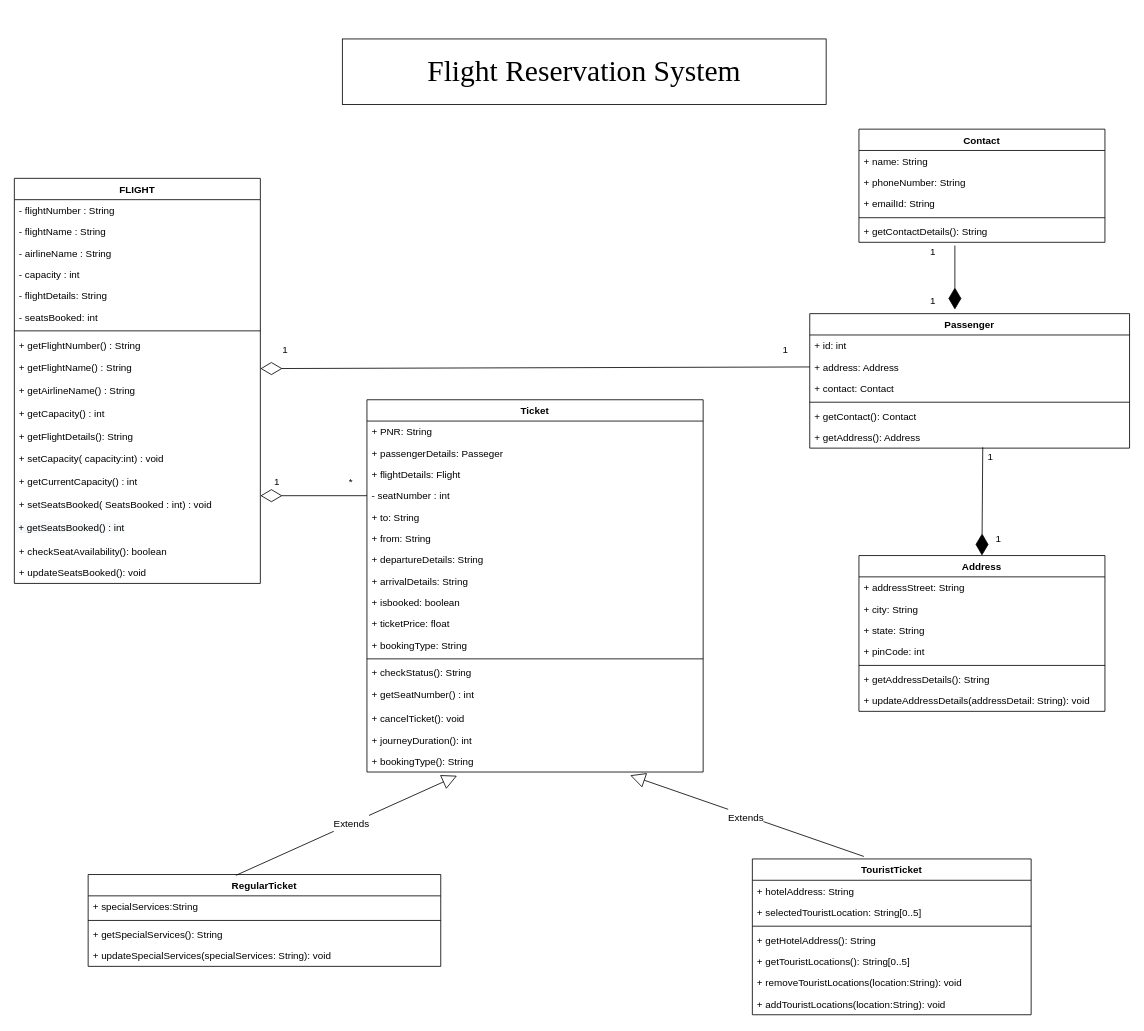
Rithvik-d/Flight-Reservation-System keeps this draw.io diagram as Flight Reservation System.drawio. Above is the earlier version. Source tidied: cells renumbered, new cells numbered last; positions are measured from the earlier drawing's top-left corner, leaving out a move shared by most shapes. Both pictures are drawn from the tidied source at 82%, with x=0, y=0 at pixel (14, 14).
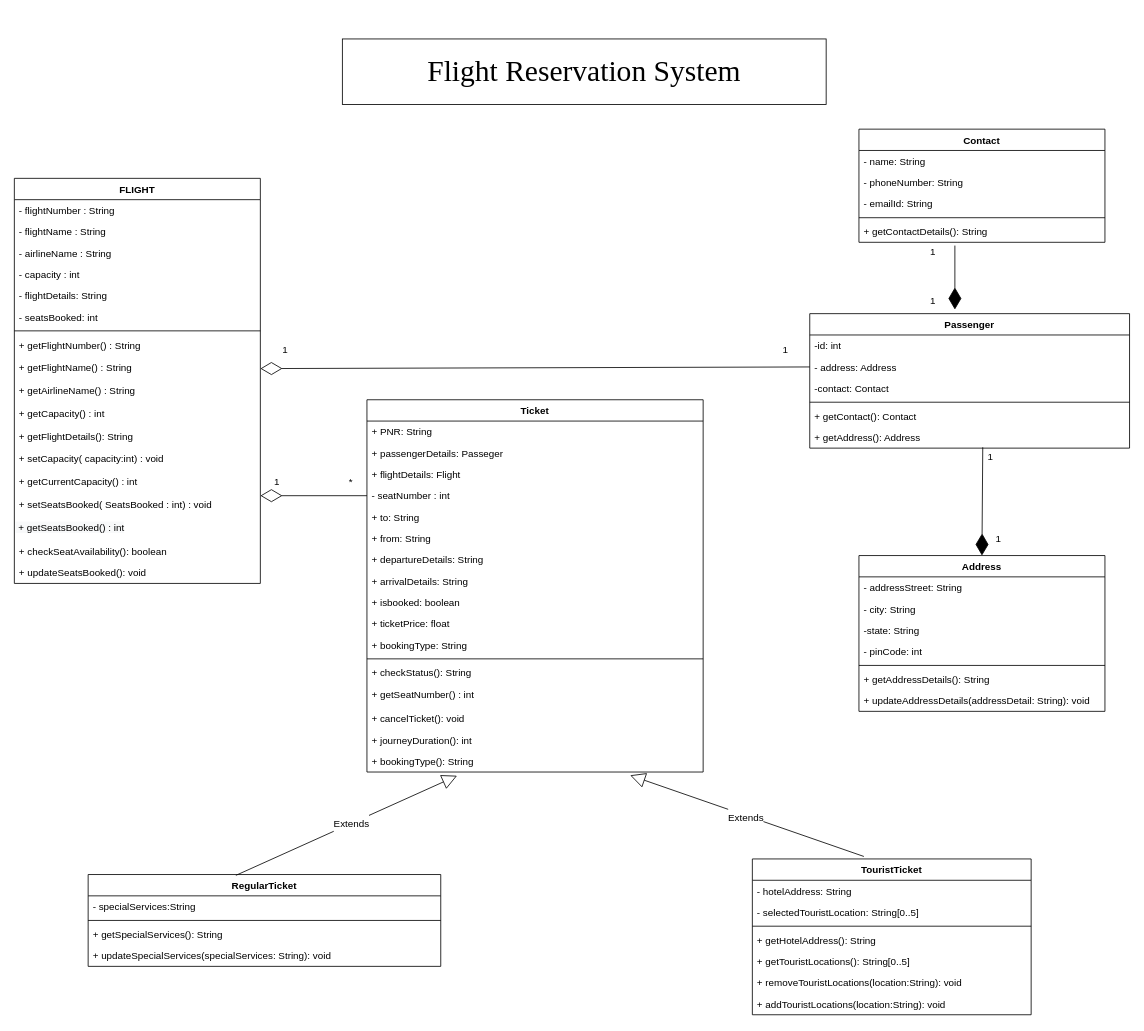
The same diagram, later.

Unchanged cells that the change refers to:
```xml
<mxCell id="20" value="TouristTicket" style="swimlane;fontStyle=1;align=center;verticalAlign=top;horizontal=1;startSize=26;" parent="1" vertex="1">
  <mxGeometry x="900" y="1030" width="340" height="190" as="geometry" />
</mxCell>
<mxCell id="47" value="RegularTicket" style="swimlane;fontStyle=1;align=center;verticalAlign=top;horizontal=1;startSize=26;" parent="1" vertex="1">
  <mxGeometry x="90" y="1049" width="430" height="112" as="geometry" />
</mxCell>
<mxCell id="52" value="Contact" style="swimlane;fontStyle=1;align=center;verticalAlign=top;horizontal=1;startSize=26;" parent="1" vertex="1">
  <mxGeometry x="1030" y="140" width="300" height="138" as="geometry" />
</mxCell>
<mxCell id="58" value="Passenger" style="swimlane;fontStyle=1;align=center;verticalAlign=top;horizontal=1;startSize=26;" parent="1" vertex="1">
  <mxGeometry x="970" y="365" width="390" height="164" as="geometry" />
</mxCell>
<mxCell id="65" value="Address" style="swimlane;fontStyle=1;align=center;verticalAlign=top;horizontal=1;startSize=26;" parent="1" vertex="1">
  <mxGeometry x="1030" y="660" width="300" height="190" as="geometry" />
</mxCell>
```

What changed in the source:
```diff
@@
-    <mxCell id="21" value="+ hotelAddress: String" style="text;strokeColor=none;fillColor=none;align=left;verticalAlign=top;spacingLeft=4;spacingRight=4;overflow=hidden;" parent="20" vertex="1">
+    <mxCell id="21" value="- hotelAddress: String" style="text;strokeColor=none;fillColor=none;align=left;verticalAlign=top;spacingLeft=4;spacingRight=4;overflow=hidden;" parent="20" vertex="1">
       <mxGeometry y="26" width="340" height="26" as="geometry" />
     </mxCell>
-    <mxCell id="22" value="+ selectedTouristLocation: String[0..5]" style="text;strokeColor=none;fillColor=none;align=left;verticalAlign=top;spacingLeft=4;spacingRight=4;overflow=hidden;" parent="20" vertex="1">
+    <mxCell id="22" value="- selectedTouristLocation: String[0..5]" style="text;strokeColor=none;fillColor=none;align=left;verticalAlign=top;spacingLeft=4;spacingRight=4;overflow=hidden;" parent="20" vertex="1">
       <mxGeometry y="52" width="340" height="26" as="geometry" />
     </mxCell>
@@
-    <mxCell id="48" value="+ specialServices:String " style="text;strokeColor=none;fillColor=none;align=left;verticalAlign=top;spacingLeft=4;spacingRight=4;overflow=hidden;" parent="47" vertex="1">
+    <mxCell id="48" value="- specialServices:String " style="text;strokeColor=none;fillColor=none;align=left;verticalAlign=top;spacingLeft=4;spacingRight=4;overflow=hidden;" parent="47" vertex="1">
       <mxGeometry y="26" width="430" height="26" as="geometry" />
     </mxCell>
@@
-    <mxCell id="53" value="+ name: String" style="text;strokeColor=none;fillColor=none;align=left;verticalAlign=top;spacingLeft=4;spacingRight=4;overflow=hidden;" parent="52" vertex="1">
+    <mxCell id="53" value="- name: String            " style="text;strokeColor=none;fillColor=none;align=left;verticalAlign=top;spacingLeft=4;spacingRight=4;overflow=hidden;" parent="52" vertex="1">
       <mxGeometry y="26" width="300" height="26" as="geometry" />
     </mxCell>
-    <mxCell id="54" value="+ phoneNumber: String" style="text;strokeColor=none;fillColor=none;align=left;verticalAlign=top;spacingLeft=4;spacingRight=4;overflow=hidden;" parent="52" vertex="1">
+    <mxCell id="54" value="- phoneNumber: String" style="text;strokeColor=none;fillColor=none;align=left;verticalAlign=top;spacingLeft=4;spacingRight=4;overflow=hidden;" parent="52" vertex="1">
       <mxGeometry y="52" width="300" height="26" as="geometry" />
     </mxCell>
-    <mxCell id="55" value="+ emailId: String" style="text;strokeColor=none;fillColor=none;align=left;verticalAlign=top;spacingLeft=4;spacingRight=4;overflow=hidden;" parent="52" vertex="1">
+    <mxCell id="55" value="- emailId: String" style="text;strokeColor=none;fillColor=none;align=left;verticalAlign=top;spacingLeft=4;spacingRight=4;overflow=hidden;" parent="52" vertex="1">
       <mxGeometry y="78" width="300" height="26" as="geometry" />
     </mxCell>
@@
-    <mxCell id="59" value="+ id: int" style="text;strokeColor=none;fillColor=none;align=left;verticalAlign=top;spacingLeft=4;spacingRight=4;overflow=hidden;" parent="58" vertex="1">
+    <mxCell id="59" value="-id: int" style="text;strokeColor=none;fillColor=none;align=left;verticalAlign=top;spacingLeft=4;spacingRight=4;overflow=hidden;" parent="58" vertex="1">
       <mxGeometry y="26" width="390" height="26" as="geometry" />
     </mxCell>
-    <mxCell id="60" value="+ address: Address" style="text;strokeColor=none;fillColor=none;align=left;verticalAlign=top;spacingLeft=4;spacingRight=4;overflow=hidden;points=[[0,0.5],[1,0.5]];portConstraint=eastwest;" parent="58" vertex="1">
+    <mxCell id="60" value="- address: Address" style="text;strokeColor=none;fillColor=none;align=left;verticalAlign=top;spacingLeft=4;spacingRight=4;overflow=hidden;points=[[0,0.5],[1,0.5]];portConstraint=eastwest;" parent="58" vertex="1">
       <mxGeometry y="52" width="390" height="26" as="geometry" />
     </mxCell>
-    <mxCell id="61" value="+ contact: Contact" style="text;strokeColor=none;fillColor=none;align=left;verticalAlign=top;spacingLeft=4;spacingRight=4;overflow=hidden;" parent="58" vertex="1">
+    <mxCell id="61" value="-contact: Contact" style="text;strokeColor=none;fillColor=none;align=left;verticalAlign=top;spacingLeft=4;spacingRight=4;overflow=hidden;" parent="58" vertex="1">
       <mxGeometry y="78" width="390" height="26" as="geometry" />
     </mxCell>
@@
-    <mxCell id="66" value="+ addressStreet: String" style="text;strokeColor=none;fillColor=none;align=left;verticalAlign=top;spacingLeft=4;spacingRight=4;overflow=hidden;" parent="65" vertex="1">
+    <mxCell id="66" value="- addressStreet: String" style="text;strokeColor=none;fillColor=none;align=left;verticalAlign=top;spacingLeft=4;spacingRight=4;overflow=hidden;" parent="65" vertex="1">
       <mxGeometry y="26" width="300" height="26" as="geometry" />
     </mxCell>
-    <mxCell id="67" value="+ city: String" style="text;strokeColor=none;fillColor=none;align=left;verticalAlign=top;spacingLeft=4;spacingRight=4;overflow=hidden;" parent="65" vertex="1">
+    <mxCell id="67" value="- city: String" style="text;strokeColor=none;fillColor=none;align=left;verticalAlign=top;spacingLeft=4;spacingRight=4;overflow=hidden;" parent="65" vertex="1">
       <mxGeometry y="52" width="300" height="26" as="geometry" />
     </mxCell>
-    <mxCell id="68" value="+ state: String" style="text;strokeColor=none;fillColor=none;align=left;verticalAlign=top;spacingLeft=4;spacingRight=4;overflow=hidden;" parent="65" vertex="1">
+    <mxCell id="68" value="-state: String" style="text;strokeColor=none;fillColor=none;align=left;verticalAlign=top;spacingLeft=4;spacingRight=4;overflow=hidden;" parent="65" vertex="1">
       <mxGeometry y="78" width="300" height="26" as="geometry" />
     </mxCell>
-    <mxCell id="69" value="+ pinCode: int" style="text;strokeColor=none;fillColor=none;align=left;verticalAlign=top;spacingLeft=4;spacingRight=4;overflow=hidden;" parent="65" vertex="1">
+    <mxCell id="69" value="- pinCode: int" style="text;strokeColor=none;fillColor=none;align=left;verticalAlign=top;spacingLeft=4;spacingRight=4;overflow=hidden;" parent="65" vertex="1">
       <mxGeometry y="104" width="300" height="26" as="geometry" />
     </mxCell>
```
